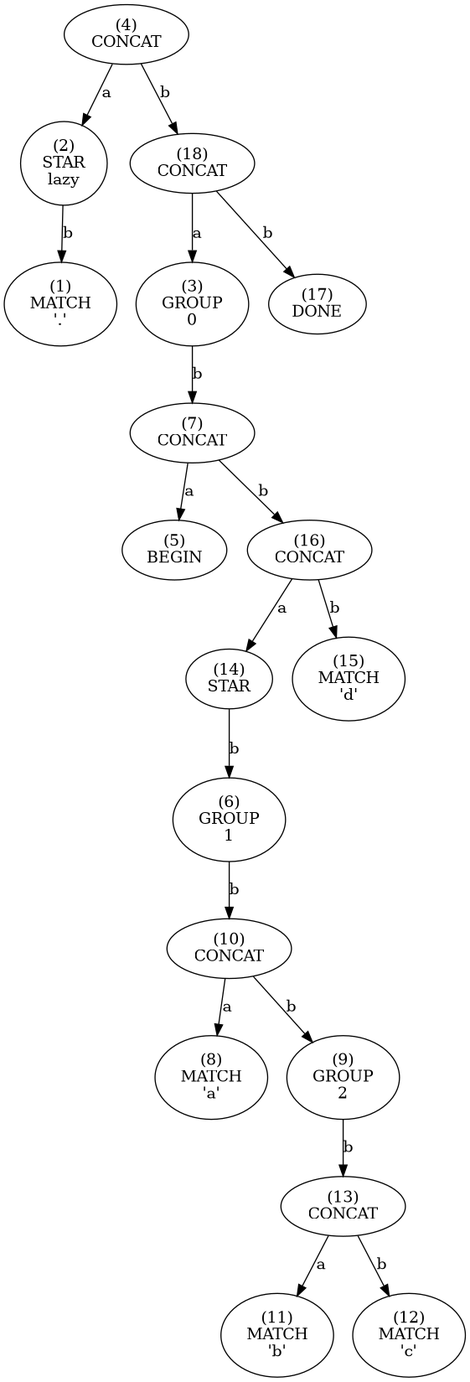
Before: tree.png, a diagram exported from Graphviz (essele/rele). Its source is kept beside it as tree.dot.
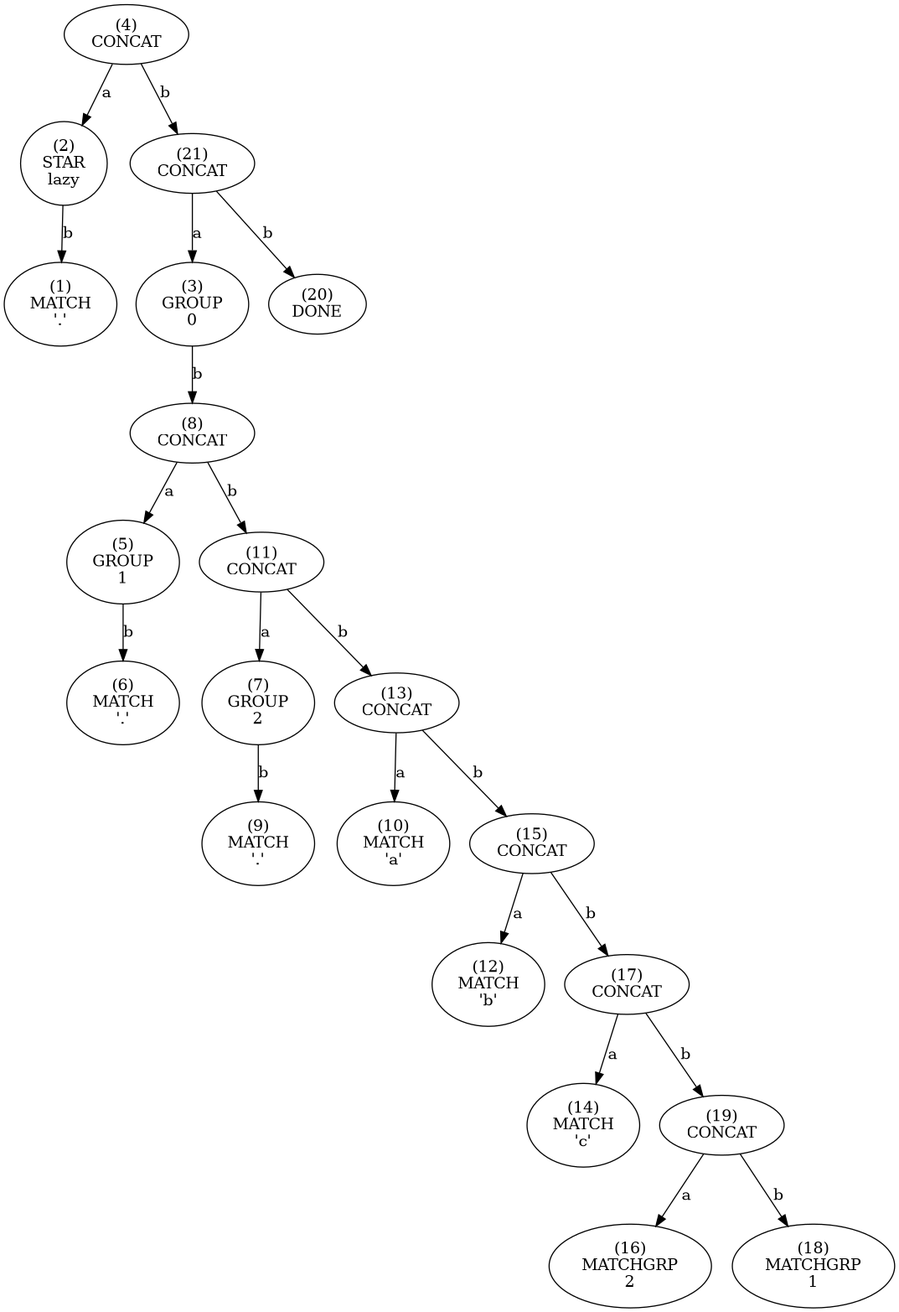
The same file after the commit.

Commit message:
More complete group syntax detection.

Diff of the diagram source:
```diff
@@ -1,85 +1,85 @@
 digraph tree {
-    n0xbf7ea3ec1330 [label="(4)
+    n0xb81e62403330 [label="(4)
 CONCAT
 "];
-    n0xbf7ea3ec1330 -> n0xbf7ea3ec12f0 [label="a"];
-    n0xbf7ea3ec12f0 [label="(2)
+    n0xb81e62403330 -> n0xb81e624032f0 [label="a"];
+    n0xb81e624032f0 [label="(2)
 STAR
 lazy"];
-    n0xbf7ea3ec12f0 -> n0xbf7ea3ec12d0 [label="b"];
-    n0xbf7ea3ec12d0 [label="(1)
+    n0xb81e624032f0 -> n0xb81e624032d0 [label="b"];
+    n0xb81e624032d0 [label="(1)
 MATCH
 '.'"];
-    n0xbf7ea3ec1330 -> n0xbf7ea3ec1550 [label="b"];
-    n0xbf7ea3ec1550 [label="(21)
+    n0xb81e62403330 -> n0xb81e62403550 [label="b"];
+    n0xb81e62403550 [label="(21)
 CONCAT
 "];
-    n0xbf7ea3ec1550 -> n0xbf7ea3ec1310 [label="a"];
-    n0xbf7ea3ec1310 [label="(3)
+    n0xb81e62403550 -> n0xb81e62403310 [label="a"];
+    n0xb81e62403310 [label="(3)
 GROUP
 0"];
-    n0xbf7ea3ec1310 -> n0xbf7ea3ec1430 [label="b"];
-    n0xbf7ea3ec1430 [label="(12)
+    n0xb81e62403310 -> n0xb81e624033b0 [label="b"];
+    n0xb81e624033b0 [label="(8)
 CONCAT
 "];
-    n0xbf7ea3ec1430 -> n0xbf7ea3ec1350 [label="a"];
-    n0xbf7ea3ec1350 [label="(5)
+    n0xb81e624033b0 -> n0xb81e62403350 [label="a"];
+    n0xb81e62403350 [label="(5)
 GROUP
 1"];
-    n0xbf7ea3ec1350 -> n0xbf7ea3ec1390 [label="b"];
-    n0xbf7ea3ec1390 [label="(7)
-ALTERNATE
-"];
-    n0xbf7ea3ec1390 -> n0xbf7ea3ec1370 [label="a"];
-    n0xbf7ea3ec1370 [label="(6)
+    n0xb81e62403350 -> n0xb81e62403370 [label="b"];
+    n0xb81e62403370 [label="(6)
 MATCH
 '.'"];
-    n0xbf7ea3ec1390 -> n0xbf7ea3ec13d0 [label="b"];
-    n0xbf7ea3ec13d0 [label="(9)
-ALTERNATE
+    n0xb81e624033b0 -> n0xb81e62403410 [label="b"];
+    n0xb81e62403410 [label="(11)
+CONCAT
 "];
-    n0xbf7ea3ec13d0 -> n0xbf7ea3ec13b0 [label="a"];
-    n0xbf7ea3ec13b0 [label="(8)
+    n0xb81e62403410 -> n0xb81e62403390 [label="a"];
+    n0xb81e62403390 [label="(7)
+GROUP
+2"];
+    n0xb81e62403390 -> n0xb81e624033d0 [label="b"];
+    n0xb81e624033d0 [label="(9)
 MATCH
 '.'"];
-    n0xbf7ea3ec13d0 -> n0xbf7ea3ec13f0 [label="b"];
-    n0xbf7ea3ec13f0 [label="(10)
-MATCH
-'.'"];
-    n0xbf7ea3ec1430 -> n0xbf7ea3ec1490 [label="b"];
-    n0xbf7ea3ec1490 [label="(15)
+    n0xb81e62403410 -> n0xb81e62403450 [label="b"];
+    n0xb81e62403450 [label="(13)
 CONCAT
 "];
-    n0xbf7ea3ec1490 -> n0xbf7ea3ec1450 [label="a"];
-    n0xbf7ea3ec1450 [label="(13)
-STAR
-"];
-    n0xbf7ea3ec1450 -> n0xbf7ea3ec1410 [label="b"];
-    n0xbf7ea3ec1410 [label="(11)
+    n0xb81e62403450 -> n0xb81e624033f0 [label="a"];
+    n0xb81e624033f0 [label="(10)
 MATCH
-'.'"];
-    n0xbf7ea3ec1490 -> n0xbf7ea3ec14d0 [label="b"];
-    n0xbf7ea3ec14d0 [label="(17)
+'a'"];
+    n0xb81e62403450 -> n0xb81e62403490 [label="b"];
+    n0xb81e62403490 [label="(15)
 CONCAT
 "];
-    n0xbf7ea3ec14d0 -> n0xbf7ea3ec1470 [label="a"];
-    n0xbf7ea3ec1470 [label="(14)
+    n0xb81e62403490 -> n0xb81e62403430 [label="a"];
+    n0xb81e62403430 [label="(12)
 MATCH
-'a'"];
-    n0xbf7ea3ec14d0 -> n0xbf7ea3ec1510 [label="b"];
-    n0xbf7ea3ec1510 [label="(19)
+'b'"];
+    n0xb81e62403490 -> n0xb81e624034d0 [label="b"];
+    n0xb81e624034d0 [label="(17)
 CONCAT
 "];
-    n0xbf7ea3ec1510 -> n0xbf7ea3ec14b0 [label="a"];
-    n0xbf7ea3ec14b0 [label="(16)
-MATCH
-'b'"];
-    n0xbf7ea3ec1510 -> n0xbf7ea3ec14f0 [label="b"];
-    n0xbf7ea3ec14f0 [label="(18)
+    n0xb81e624034d0 -> n0xb81e62403470 [label="a"];
+    n0xb81e62403470 [label="(14)
 MATCH
 'c'"];
-    n0xbf7ea3ec1550 -> n0xbf7ea3ec1530 [label="b"];
-    n0xbf7ea3ec1530 [label="(20)
+    n0xb81e624034d0 -> n0xb81e62403510 [label="b"];
+    n0xb81e62403510 [label="(19)
+CONCAT
+"];
+    n0xb81e62403510 -> n0xb81e624034b0 [label="a"];
+    n0xb81e624034b0 [label="(16)
+MATCHGRP
+2"];
+    n0xb81e62403510 -> n0xb81e624034f0 [label="b"];
+    n0xb81e624034f0 [label="(18)
+MATCHGRP
+1"];
+    n0xb81e62403550 -> n0xb81e62403530 [label="b"];
+    n0xb81e62403530 [label="(20)
 DONE
 "];
 }
```
